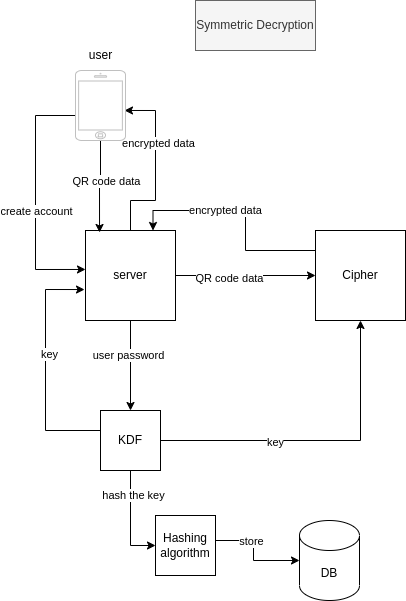
qpey/.github keeps this draw.io diagram as server-side decryption-process.drawio.png. Above is the earlier version. Source tidied: cells renumbered, new cells last; positions are measured from the earlier drawing's top-left corner, leaving out a move shared by most shapes.
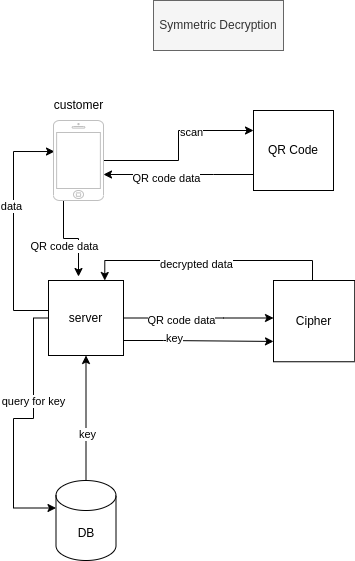
After the commit.

The edit, as a diff of the source:
```diff
@@ -2,120 +2,119 @@
   <root>
     <mxCell id="0" />
     <mxCell id="1" parent="0" />
-    <mxCell id="2" style="edgeStyle=orthogonalEdgeStyle;rounded=0;jettySize=auto;html=1;entryX=0.5;entryY=0;entryDx=0;entryDy=0;" parent="1" edge="1" source="8" target="21">
-      <mxGeometry relative="1" as="geometry" />
-    </mxCell>
-    <mxCell id="3" value="user password" style="edgeLabel;html=1;align=center;verticalAlign=middle;" parent="2" vertex="1">
-      <mxGeometry x="-0.25" y="-3" relative="1" as="geometry" />
-    </mxCell>
     <mxCell id="4" style="edgeStyle=orthogonalEdgeStyle;rounded=0;jettySize=auto;html=1;" parent="1" edge="1" source="8" target="24">
-      <mxGeometry relative="1" as="geometry" />
+      <mxGeometry relative="1" as="geometry">
+        <Array as="points">
+          <mxPoint x="220" y="258" />
+          <mxPoint x="220" y="258" />
+        </Array>
+      </mxGeometry>
     </mxCell>
     <mxCell id="5" value="QR code data" style="edgeLabel;html=1;align=center;verticalAlign=middle;" parent="4" vertex="1">
       <mxGeometry x="-0.24" y="-2" relative="1" as="geometry" />
     </mxCell>
+    <mxCell id="30" style="edgeStyle=orthogonalEdgeStyle;rounded=0;jettySize=auto;html=1;exitX=0.5;exitY=0;exitDx=0;exitDy=0;exitPerimeter=0;" parent="1" edge="1" source="26" target="8">
+      <mxGeometry relative="1" as="geometry" />
+    </mxCell>
+    <mxCell id="31" value="key" style="edgeLabel;html=1;align=center;verticalAlign=middle;" parent="30" vertex="1">
+      <mxGeometry x="-0.25" y="-1" relative="1" as="geometry" />
+    </mxCell>
-    <mxCell id="6" style="edgeStyle=orthogonalEdgeStyle;rounded=0;jettySize=auto;html=1;entryX=0.98;entryY=0.571;entryDx=0;entryDy=0;entryPerimeter=0;" parent="1" edge="1" source="8" target="13">
+    <mxCell id="6" style="edgeStyle=orthogonalEdgeStyle;rounded=0;jettySize=auto;html=1;entryX=0.02;entryY=0.388;entryDx=0;entryDy=0;entryPerimeter=0;" parent="1" edge="1" source="8" target="13">
       <mxGeometry relative="1" as="geometry">
         <Array as="points">
-          <mxPoint x="95" y="200" />
-          <mxPoint x="120" y="200" />
-          <mxPoint x="120" y="110" />
+          <mxPoint x="10" y="250" />
+          <mxPoint x="10" y="91" />
         </Array>
       </mxGeometry>
     </mxCell>
-    <mxCell id="7" value="encrypted data" style="edgeLabel;html=1;align=center;verticalAlign=middle;" parent="6" vertex="1">
-      <mxGeometry x="0.28" y="-2" relative="1" as="geometry" />
-    </mxCell>
+    <mxCell id="32" value="data" style="edgeLabel;html=1;align=center;verticalAlign=middle;" parent="6" vertex="1">
+      <mxGeometry x="0.19" y="3" relative="1" as="geometry" />
+    </mxCell>
+    <mxCell id="33" style="edgeStyle=orthogonalEdgeStyle;rounded=0;jettySize=auto;html=1;entryX=0;entryY=0.75;entryDx=0;entryDy=0;" parent="1" edge="1" source="8" target="24">
+      <mxGeometry relative="1" as="geometry">
+        <Array as="points">
+          <mxPoint x="160" y="280" />
+          <mxPoint x="160" y="280" />
+        </Array>
+      </mxGeometry>
+    </mxCell>
+    <mxCell id="34" value="key" style="edgeLabel;html=1;align=center;verticalAlign=middle;" parent="33" vertex="1">
+      <mxGeometry x="-0.33" y="3" relative="1" as="geometry" />
+    </mxCell>
+    <mxCell id="35" style="edgeStyle=orthogonalEdgeStyle;rounded=0;jettySize=auto;html=1;entryX=0;entryY=0;entryDx=0;entryDy=27.5;entryPerimeter=0;" parent="1" edge="1" source="8" target="26">
+      <mxGeometry relative="1" as="geometry">
+        <Array as="points">
+          <mxPoint x="30" y="258" />
+          <mxPoint x="30" y="358" />
+          <mxPoint x="10" y="358" />
+          <mxPoint x="10" y="448" />
+        </Array>
+      </mxGeometry>
+    </mxCell>
+    <mxCell id="36" value="query for key" style="edgeLabel;html=1;align=center;verticalAlign=middle;" parent="35" vertex="1">
+      <mxGeometry x="-0.27" y="-1" relative="1" as="geometry" />
+    </mxCell>
     <mxCell id="8" value="server" style="whiteSpace=wrap;html=1;" parent="1" vertex="1">
-      <mxGeometry x="50" y="230" width="90" height="90" as="geometry" />
+      <mxGeometry x="45" y="220" width="75" height="75" as="geometry" />
     </mxCell>
-    <mxCell id="9" style="edgeStyle=orthogonalEdgeStyle;rounded=0;jettySize=auto;html=1;entryX=0;entryY=0.433;entryDx=0;entryDy=0;entryPerimeter=0;" parent="1" edge="1" source="13" target="8">
-      <mxGeometry relative="1" as="geometry">
-        <Array as="points">
-          <mxPoint y="115" />
-          <mxPoint y="269" />
-        </Array>
-      </mxGeometry>
-    </mxCell>
-    <mxCell id="10" value="create account" style="edgeLabel;html=1;align=center;verticalAlign=middle;" parent="9" vertex="1">
-      <mxGeometry x="-0.23" y="-2" relative="1" as="geometry">
-        <mxPoint x="2" y="41" as="offset" />
-      </mxGeometry>
-    </mxCell>
-    <mxCell id="11" style="edgeStyle=orthogonalEdgeStyle;rounded=0;jettySize=auto;html=1;entryX=0.156;entryY=0.022;entryDx=0;entryDy=0;entryPerimeter=0;" parent="1" edge="1" source="13" target="8">
-      <mxGeometry relative="1" as="geometry" />
-    </mxCell>
-    <mxCell id="12" value="QR code data" style="edgeLabel;html=1;align=center;verticalAlign=middle;" parent="11" vertex="1">
-      <mxGeometry x="-0.52" y="3" relative="1" as="geometry">
-        <mxPoint x="2" y="18" as="offset" />
-      </mxGeometry>
-    </mxCell>
+    <mxCell id="37" style="edgeStyle=orthogonalEdgeStyle;rounded=0;jettySize=auto;html=1;entryX=0;entryY=0.25;entryDx=0;entryDy=0;" parent="1" edge="1" source="13" target="44">
+      <mxGeometry relative="1" as="geometry" />
+    </mxCell>
+    <mxCell id="38" value="scan" style="edgeLabel;html=1;align=center;verticalAlign=middle;" parent="37" vertex="1">
+      <mxGeometry x="0.31" y="-1" relative="1" as="geometry" />
+    </mxCell>
+    <mxCell id="39" style="edgeStyle=orthogonalEdgeStyle;rounded=0;jettySize=auto;html=1;entryX=0.4;entryY=-0.053;entryDx=0;entryDy=0;entryPerimeter=0;" parent="1" edge="1" source="13" target="8">
+      <mxGeometry relative="1" as="geometry">
+        <Array as="points">
+          <mxPoint x="60" y="178" />
+          <mxPoint x="75" y="178" />
+        </Array>
+      </mxGeometry>
+    </mxCell>
+    <mxCell id="40" value="QR code data" style="edgeLabel;html=1;align=center;verticalAlign=middle;" parent="39" vertex="1">
+      <mxGeometry x="-0.33" y="-1" relative="1" as="geometry">
+        <mxPoint x="1" y="14" as="offset" />
+      </mxGeometry>
+    </mxCell>
     <mxCell id="13" style="html=1;verticalLabelPosition=bottom;labelBackgroundColor=#ffffff;verticalAlign=top;shadow=0;dashed=0;strokeWidth=1;shape=mxgraph.ios7.misc.iphone;strokeColor=#c0c0c0;" parent="1" vertex="1">
-      <mxGeometry x="40" y="70" width="50" height="70" as="geometry" />
+      <mxGeometry x="50" y="60" width="50" height="80" as="geometry" />
     </mxCell>
-    <mxCell id="14" value="user" style="text;html=1;align=center;verticalAlign=middle;strokeColor=none;fillColor=none;" parent="1" vertex="1">
-      <mxGeometry x="40" y="40" width="50" height="30" as="geometry" />
+    <mxCell id="14" value="customer" style="text;html=1;align=center;verticalAlign=middle;strokeColor=none;fillColor=none;" parent="1" vertex="1">
+      <mxGeometry x="40" y="30" width="70" height="30" as="geometry" />
     </mxCell>
-    <mxCell id="15" style="edgeStyle=orthogonalEdgeStyle;rounded=0;jettySize=auto;html=1;entryX=-0.011;entryY=0.656;entryDx=0;entryDy=0;entryPerimeter=0;" parent="1" edge="1" source="21" target="8">
-      <mxGeometry relative="1" as="geometry">
-        <Array as="points">
-          <mxPoint x="10" y="430" />
-          <mxPoint x="10" y="289" />
-        </Array>
-      </mxGeometry>
-    </mxCell>
-    <mxCell id="16" value="key" style="edgeLabel;html=1;align=center;verticalAlign=middle;" parent="15" vertex="1">
-      <mxGeometry x="0.13" y="-3" relative="1" as="geometry" />
-    </mxCell>
-    <mxCell id="17" style="edgeStyle=orthogonalEdgeStyle;rounded=0;jettySize=auto;html=1;entryX=0.5;entryY=1;entryDx=0;entryDy=0;" parent="1" edge="1" source="21" target="24">
-      <mxGeometry relative="1" as="geometry" />
-    </mxCell>
-    <mxCell id="18" value="key" style="edgeLabel;html=1;align=center;verticalAlign=middle;" parent="17" vertex="1">
-      <mxGeometry x="-0.29" y="-1" relative="1" as="geometry" />
-    </mxCell>
-    <mxCell id="19" style="edgeStyle=orthogonalEdgeStyle;rounded=0;jettySize=auto;html=1;entryX=0;entryY=0.5;entryDx=0;entryDy=0;" parent="1" edge="1" source="21" target="29">
-      <mxGeometry relative="1" as="geometry" />
-    </mxCell>
-    <mxCell id="20" value="hash the key" style="edgeLabel;html=1;align=center;verticalAlign=middle;" parent="19" vertex="1">
-      <mxGeometry x="-0.52" y="2" relative="1" as="geometry" />
-    </mxCell>
-    <mxCell id="21" value="KDF" style="whiteSpace=wrap;html=1;" parent="1" vertex="1">
-      <mxGeometry x="65" y="410" width="60" height="60" as="geometry" />
-    </mxCell>
     <mxCell id="22" style="edgeStyle=orthogonalEdgeStyle;rounded=0;jettySize=auto;html=1;entryX=0.75;entryY=0;entryDx=0;entryDy=0;" parent="1" edge="1" source="24" target="8">
       <mxGeometry relative="1" as="geometry">
         <Array as="points">
-          <mxPoint x="210" y="250" />
-          <mxPoint x="210" y="210" />
-          <mxPoint x="118" y="210" />
+          <mxPoint x="309" y="200" />
+          <mxPoint x="101" y="200" />
         </Array>
       </mxGeometry>
     </mxCell>
-    <mxCell id="23" value="encrypted data" style="edgeLabel;html=1;align=center;verticalAlign=middle;" parent="22" vertex="1">
-      <mxGeometry x="0.18" y="-1" relative="1" as="geometry" />
-    </mxCell>
+    <mxCell id="41" value="decrypted data" style="edgeLabel;html=1;align=center;verticalAlign=middle;" parent="22" vertex="1">
+      <mxGeometry x="0.1" y="3" relative="1" as="geometry" />
+    </mxCell>
     <mxCell id="24" value="Cipher" style="whiteSpace=wrap;html=1;" parent="1" vertex="1">
-      <mxGeometry x="280" y="230" width="90" height="90" as="geometry" />
+      <mxGeometry x="270" y="220" width="81.2" height="81.2" as="geometry" />
     </mxCell>
     <mxCell id="25" value="Symmetric Decryption" style="rounded=0;whiteSpace=wrap;html=1;fillColor=#f5f5f5;fontColor=#333333;strokeColor=#666666;" parent="1" vertex="1">
-      <mxGeometry x="160" width="120" height="50" as="geometry" />
+      <mxGeometry x="150" y="-60" width="130" height="50" as="geometry" />
     </mxCell>
     <mxCell id="26" value="DB" style="shape=cylinder3;whiteSpace=wrap;html=1;boundedLbl=1;backgroundOutline=1;size=15;" parent="1" vertex="1">
-      <mxGeometry x="264" y="520" width="60" height="80" as="geometry" />
+      <mxGeometry x="52.5" y="420" width="60" height="80" as="geometry" />
     </mxCell>
-    <mxCell id="27" style="edgeStyle=orthogonalEdgeStyle;rounded=0;jettySize=auto;html=1;entryX=0;entryY=0.5;entryDx=0;entryDy=0;entryPerimeter=0;" parent="1" edge="1" source="29" target="26">
-      <mxGeometry relative="1" as="geometry">
-        <Array as="points">
-          <mxPoint x="218" y="540" />
-          <mxPoint x="218" y="560" />
-        </Array>
-      </mxGeometry>
-    </mxCell>
-    <mxCell id="28" value="store" style="edgeLabel;html=1;align=center;verticalAlign=middle;" parent="27" vertex="1">
-      <mxGeometry x="-0.32" relative="1" as="geometry" />
-    </mxCell>
-    <mxCell id="29" value="Hashing algorithm" style="whiteSpace=wrap;html=1;" parent="1" vertex="1">
-      <mxGeometry x="120" y="515" width="60" height="60" as="geometry" />
-    </mxCell>
+    <mxCell id="42" style="edgeStyle=orthogonalEdgeStyle;rounded=0;jettySize=auto;html=1;entryX=1;entryY=0.675;entryDx=0;entryDy=0;entryPerimeter=0;" parent="1" edge="1" source="44" target="13">
+      <mxGeometry relative="1" as="geometry">
+        <Array as="points">
+          <mxPoint x="210" y="114" />
+          <mxPoint x="210" y="114" />
+        </Array>
+      </mxGeometry>
+    </mxCell>
+    <mxCell id="43" value="QR code data" style="edgeLabel;html=1;align=center;verticalAlign=middle;" parent="42" vertex="1">
+      <mxGeometry x="0.17" y="3" relative="1" as="geometry" />
+    </mxCell>
+    <mxCell id="44" value="QR Code" style="whiteSpace=wrap;html=1;" parent="1" vertex="1">
+      <mxGeometry x="250" y="50" width="80" height="80" as="geometry" />
+    </mxCell>
   </root>
 </mxGraphModel>
```
